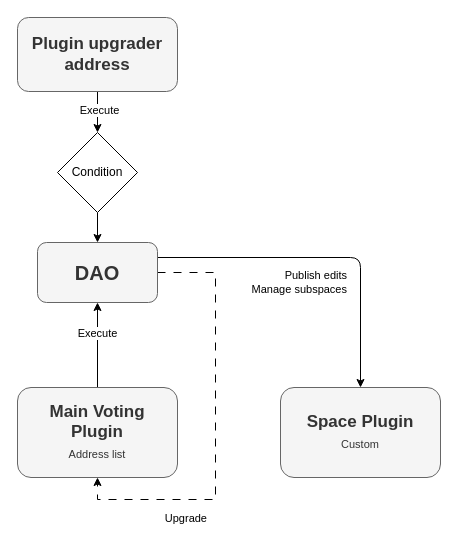
Above: page "Permissions Personal" (2 of 8) of img/Geo Diagrams.drawio in aragon/geo-browser-contracts (draw.io), before the change. Source tidied: cells renumbered, new cells numbered last; positions are measured from the earlier drawing's top-left corner, leaving out a move shared by most shapes. Both pictures are drawn from the tidied source at 100%, with x=0, y=0 at pixel (17, 17).
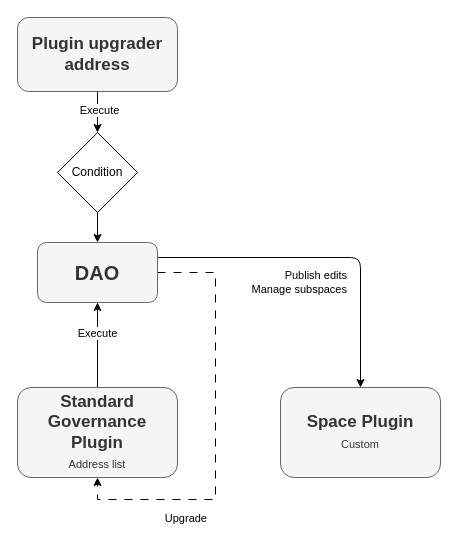
The same diagram, later.

What changed in the source:
```diff
@@
 <mxGraphModel>
   <root>
     <mxCell id="0" />
     <mxCell id="1" parent="0" />
     <mxCell id="2" style="edgeStyle=orthogonalEdgeStyle;rounded=0;jettySize=auto;html=1;entryX=0.5;entryY=1;entryDx=0;entryDy=0;dashed=1;dashPattern=8 8;" parent="1" edge="1" source="5" target="9">
       <mxGeometry relative="1" as="geometry">
         <Array as="points">
           <mxPoint x="198" y="255" />
           <mxPoint x="198" y="482" />
           <mxPoint x="80" y="482" />
         </Array>
       </mxGeometry>
     </mxCell>
     <mxCell id="3" style="edgeStyle=orthogonalEdgeStyle;rounded=1;jettySize=auto;html=1;exitX=1;exitY=0.25;exitDx=0;exitDy=0;entryX=0.5;entryY=0;entryDx=0;entryDy=0;curved=0;" parent="1" edge="1" source="5" target="10">
       <mxGeometry relative="1" as="geometry" />
     </mxCell>
     <mxCell id="4" value="Publish edits&lt;div&gt;Manage subspaces&lt;/div&gt;" style="edgeLabel;html=1;align=right;verticalAlign=middle;" parent="3" vertex="1">
       <mxGeometry x="0.49" y="2" relative="1" as="geometry">
         <mxPoint x="-15" y="-21" as="offset" />
       </mxGeometry>
     </mxCell>
     <mxCell id="5" value="&lt;font style=&quot;font-size: 20px;&quot;&gt;&lt;b&gt;DAO&lt;/b&gt;&lt;/font&gt;" style="rounded=1;whiteSpace=wrap;html=1;fillColor=#f5f5f5;fontColor=#333333;strokeColor=#666666;" parent="1" vertex="1">
       <mxGeometry x="20" y="225" width="120" height="60" as="geometry" />
     </mxCell>
     <mxCell id="6" style="edgeStyle=orthogonalEdgeStyle;rounded=0;jettySize=auto;html=1;exitX=0.5;exitY=0;exitDx=0;exitDy=0;entryX=0.5;entryY=1;entryDx=0;entryDy=0;" parent="1" edge="1" source="9" target="5">
       <mxGeometry relative="1" as="geometry" />
     </mxCell>
     <mxCell id="7" value="Execute" style="edgeLabel;html=1;align=center;verticalAlign=middle;" parent="6" vertex="1">
       <mxGeometry x="-0.26" y="-1" relative="1" as="geometry">
         <mxPoint x="-2" y="-24" as="offset" />
       </mxGeometry>
     </mxCell>
     <mxCell id="8" value="Upgrade" style="edgeLabel;html=1;align=right;verticalAlign=middle;" parent="6" vertex="1">
       <mxGeometry x="-0.26" y="-1" relative="1" as="geometry">
         <mxPoint x="109" y="161" as="offset" />
       </mxGeometry>
     </mxCell>
-    <mxCell id="9" value="&lt;font size=&quot;1&quot; style=&quot;&quot;&gt;&lt;b style=&quot;font-size: 17px;&quot;&gt;Main Voting&lt;br&gt;Plugin&lt;/b&gt;&lt;/font&gt;&lt;font style=&quot;font-size: 11px;&quot;&gt;&lt;br&gt;Address list&lt;/font&gt;&lt;font size=&quot;1&quot; style=&quot;&quot;&gt;&lt;b style=&quot;font-size: 17px;&quot;&gt;&lt;br&gt;&lt;/b&gt;&lt;/font&gt;" style="rounded=1;whiteSpace=wrap;html=1;fillColor=#f5f5f5;fontColor=#333333;strokeColor=#666666;" parent="1" vertex="1">
+    <mxCell id="9" value="&lt;font size=&quot;1&quot; style=&quot;&quot;&gt;&lt;b style=&quot;font-size: 17px;&quot;&gt;Standard Governance&lt;br&gt;Plugin&lt;/b&gt;&lt;/font&gt;&lt;font style=&quot;font-size: 11px;&quot;&gt;&lt;br&gt;Address list&lt;/font&gt;&lt;font size=&quot;1&quot; style=&quot;&quot;&gt;&lt;b style=&quot;font-size: 17px;&quot;&gt;&lt;br&gt;&lt;/b&gt;&lt;/font&gt;" style="rounded=1;whiteSpace=wrap;html=1;fillColor=#f5f5f5;fontColor=#333333;strokeColor=#666666;" parent="1" vertex="1">
       <mxGeometry y="370" width="160" height="90" as="geometry" />
     </mxCell>
     <mxCell id="10" value="&lt;font size=&quot;1&quot; style=&quot;&quot;&gt;&lt;b style=&quot;font-size: 17px;&quot;&gt;Space Plugin&lt;/b&gt;&lt;/font&gt;&lt;br style=&quot;font-size: 11px;&quot;&gt;&lt;span style=&quot;font-size: 11px;&quot;&gt;Custom&lt;/span&gt;&lt;font size=&quot;1&quot; style=&quot;&quot;&gt;&lt;b style=&quot;font-size: 17px;&quot;&gt;&lt;br&gt;&lt;/b&gt;&lt;/font&gt;" style="rounded=1;whiteSpace=wrap;html=1;fillColor=#f5f5f5;fontColor=#333333;strokeColor=#666666;" parent="1" vertex="1">
       <mxGeometry x="263" y="370" width="160" height="90" as="geometry" />
     </mxCell>
     <mxCell id="11" style="edgeStyle=orthogonalEdgeStyle;rounded=0;jettySize=auto;html=1;entryX=0.5;entryY=0;entryDx=0;entryDy=0;" parent="1" edge="1" source="13" target="15">
       <mxGeometry relative="1" as="geometry" />
     </mxCell>
     <mxCell id="12" value="Execute" style="edgeLabel;html=1;align=center;verticalAlign=middle;" parent="11" vertex="1">
       <mxGeometry x="-0.12" y="1" relative="1" as="geometry" />
     </mxCell>
     <mxCell id="13" value="&lt;font size=&quot;1&quot; style=&quot;&quot;&gt;&lt;b style=&quot;font-size: 17px;&quot;&gt;Plugin upgrader&lt;br&gt;address&lt;br&gt;&lt;/b&gt;&lt;/font&gt;" style="rounded=1;whiteSpace=wrap;html=1;fillColor=#f5f5f5;fontColor=#333333;strokeColor=#666666;" parent="1" vertex="1">
       <mxGeometry width="160" height="74" as="geometry" />
     </mxCell>
     <mxCell id="14" style="edgeStyle=orthogonalEdgeStyle;rounded=0;jettySize=auto;html=1;exitX=0.5;exitY=1;exitDx=0;exitDy=0;entryX=0.5;entryY=0;entryDx=0;entryDy=0;" parent="1" edge="1" source="15" target="5">
       <mxGeometry relative="1" as="geometry" />
     </mxCell>
     <mxCell id="15" value="Condition" style="rhombus;whiteSpace=wrap;html=1;" parent="1" vertex="1">
       <mxGeometry x="40" y="115" width="80" height="80" as="geometry" />
     </mxCell>
   </root>
 </mxGraphModel>
```
